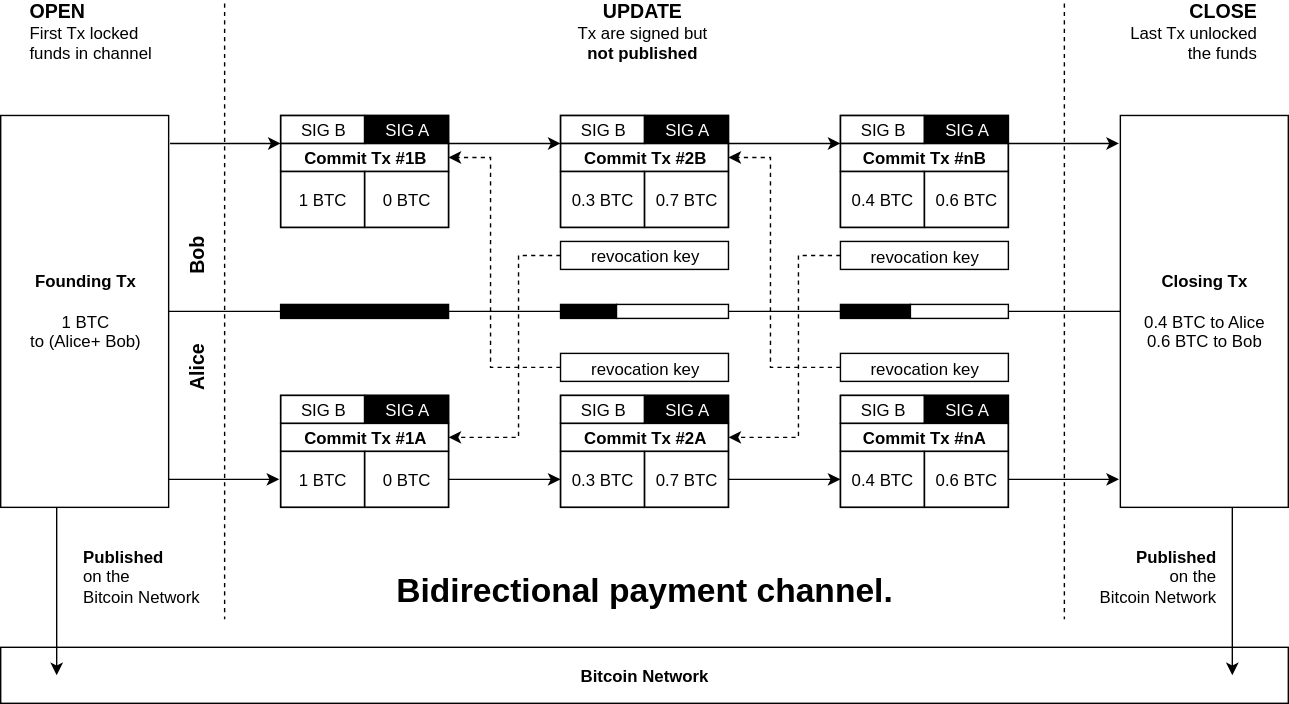
Earlier version of the draw.io export content/slides/2019-06-18-meetup-go-paris/bidirectional-channel.svg (edouardparis/edouardparis.github.io). Source tidied: cells renumbered, new cells last; positions are measured from the earlier drawing's top-left corner, leaving out a move shared by most shapes.
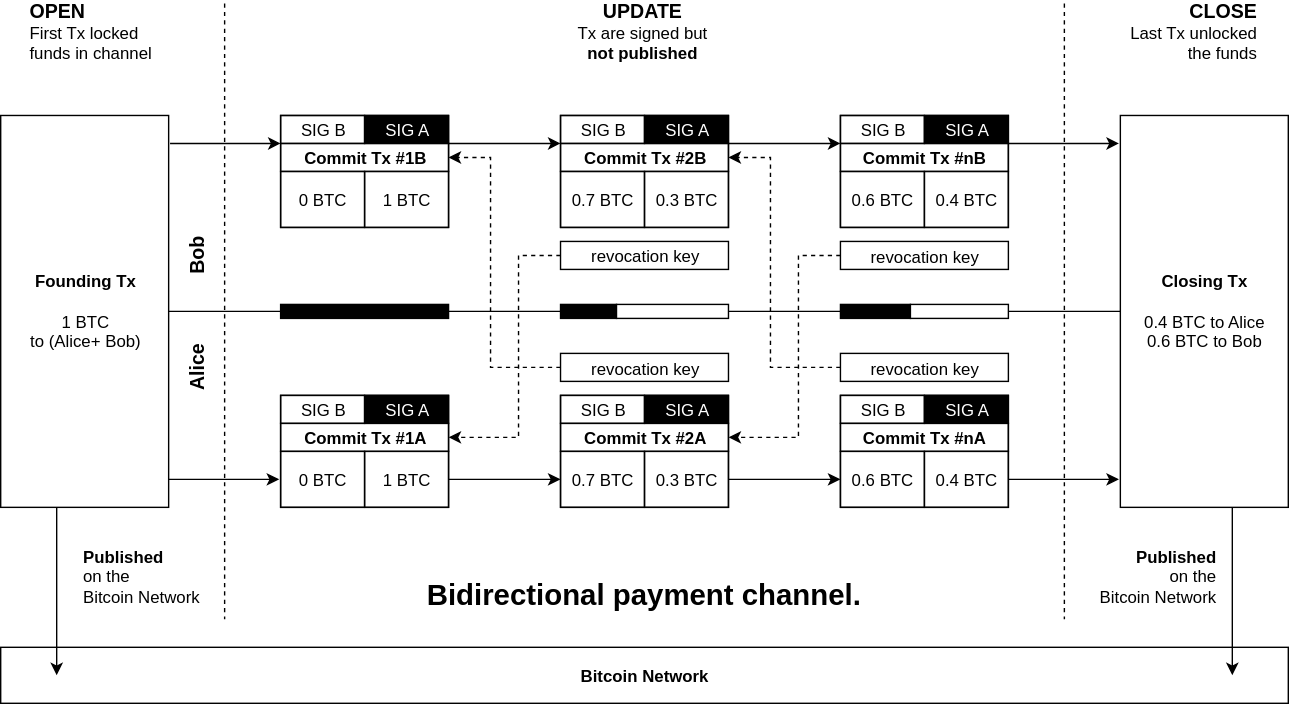
Later version of the same file.

Commit message:
fix bidirectional-channel svg

The edit, as a diff of the source:
```diff
@@ -261,55 +261,55 @@
     <mxCell id="63" style="group;" parent="1" vertex="1">
       <mxGeometry x="200" y="120" width="120" height="40" as="geometry" />
     </mxCell>
-    <mxCell id="64" value="1 BTC" style="rounded=0;whiteSpace=wrap;html=1;fillColor=none;gradientColor=#ffffff;fontSize=12;align=center;" parent="63" vertex="1">
+    <mxCell id="64" value="0 BTC" style="rounded=0;whiteSpace=wrap;html=1;fillColor=none;gradientColor=#ffffff;fontSize=12;align=center;" parent="63" vertex="1">
       <mxGeometry width="60" height="40" as="geometry" />
     </mxCell>
-    <mxCell id="65" value="0 BTC" style="rounded=0;whiteSpace=wrap;html=1;fillColor=none;gradientColor=#ffffff;fontSize=12;align=center;" parent="63" vertex="1">
+    <mxCell id="65" value="1 BTC" style="rounded=0;whiteSpace=wrap;html=1;fillColor=none;gradientColor=#ffffff;fontSize=12;align=center;" parent="63" vertex="1">
       <mxGeometry x="60" width="60" height="40" as="geometry" />
     </mxCell>
     <mxCell id="66" style="group;" parent="1" vertex="1">
       <mxGeometry x="400" y="120" width="120" height="40" as="geometry" />
     </mxCell>
-    <mxCell id="67" value="0.3 BTC" style="rounded=0;whiteSpace=wrap;html=1;fillColor=none;gradientColor=#ffffff;fontSize=12;align=center;" parent="66" vertex="1">
+    <mxCell id="67" value="0.7 BTC" style="rounded=0;whiteSpace=wrap;html=1;fillColor=none;gradientColor=#ffffff;fontSize=12;align=center;" parent="66" vertex="1">
       <mxGeometry width="60" height="40" as="geometry" />
     </mxCell>
-    <mxCell id="68" value="0.7 BTC" style="rounded=0;whiteSpace=wrap;html=1;fillColor=none;gradientColor=#ffffff;fontSize=12;align=center;" parent="66" vertex="1">
+    <mxCell id="68" value="0.3 BTC" style="rounded=0;whiteSpace=wrap;html=1;fillColor=none;gradientColor=#ffffff;fontSize=12;align=center;" parent="66" vertex="1">
       <mxGeometry x="60" width="60" height="40" as="geometry" />
     </mxCell>
     <mxCell id="69" style="group;" parent="1" vertex="1">
       <mxGeometry x="600" y="120" width="120" height="40" as="geometry" />
     </mxCell>
-    <mxCell id="70" value="0.4 BTC" style="rounded=0;whiteSpace=wrap;html=1;fillColor=none;gradientColor=#ffffff;fontSize=12;align=center;" parent="69" vertex="1">
+    <mxCell id="70" value="0.6 BTC" style="rounded=0;whiteSpace=wrap;html=1;fillColor=none;gradientColor=#ffffff;fontSize=12;align=center;" parent="69" vertex="1">
       <mxGeometry width="60" height="40" as="geometry" />
     </mxCell>
-    <mxCell id="71" value="0.6 BTC" style="rounded=0;whiteSpace=wrap;html=1;fillColor=none;gradientColor=#ffffff;fontSize=12;align=center;" parent="69" vertex="1">
+    <mxCell id="71" value="0.4 BTC" style="rounded=0;whiteSpace=wrap;html=1;fillColor=none;gradientColor=#ffffff;fontSize=12;align=center;" parent="69" vertex="1">
       <mxGeometry x="60" width="60" height="40" as="geometry" />
     </mxCell>
     <mxCell id="72" style="group;" parent="1" vertex="1">
       <mxGeometry x="600" y="320" width="120" height="40" as="geometry" />
     </mxCell>
-    <mxCell id="73" value="0.4 BTC" style="rounded=0;whiteSpace=wrap;html=1;fillColor=none;gradientColor=#ffffff;fontSize=12;align=center;" parent="72" vertex="1">
+    <mxCell id="73" value="0.6 BTC" style="rounded=0;whiteSpace=wrap;html=1;fillColor=none;gradientColor=#ffffff;fontSize=12;align=center;" parent="72" vertex="1">
       <mxGeometry width="60" height="40" as="geometry" />
     </mxCell>
-    <mxCell id="74" value="0.6 BTC" style="rounded=0;whiteSpace=wrap;html=1;fillColor=none;gradientColor=#ffffff;fontSize=12;align=center;" parent="72" vertex="1">
+    <mxCell id="74" value="0.4 BTC" style="rounded=0;whiteSpace=wrap;html=1;fillColor=none;gradientColor=#ffffff;fontSize=12;align=center;" parent="72" vertex="1">
       <mxGeometry x="60" width="60" height="40" as="geometry" />
     </mxCell>
     <mxCell id="75" style="group;" parent="1" vertex="1">
       <mxGeometry x="400" y="320" width="120" height="40" as="geometry" />
     </mxCell>
-    <mxCell id="76" value="0.3 BTC" style="rounded=0;whiteSpace=wrap;html=1;fillColor=none;gradientColor=#ffffff;fontSize=12;align=center;" parent="75" vertex="1">
+    <mxCell id="76" value="0.7 BTC" style="rounded=0;whiteSpace=wrap;html=1;fillColor=none;gradientColor=#ffffff;fontSize=12;align=center;" parent="75" vertex="1">
       <mxGeometry width="60" height="40" as="geometry" />
     </mxCell>
-    <mxCell id="77" value="0.7 BTC" style="rounded=0;whiteSpace=wrap;html=1;fillColor=none;gradientColor=#ffffff;fontSize=12;align=center;" parent="75" vertex="1">
+    <mxCell id="77" value="0.3 BTC" style="rounded=0;whiteSpace=wrap;html=1;fillColor=none;gradientColor=#ffffff;fontSize=12;align=center;" parent="75" vertex="1">
       <mxGeometry x="60" width="60" height="40" as="geometry" />
     </mxCell>
     <mxCell id="78" style="group;" parent="1" vertex="1">
       <mxGeometry x="200" y="320" width="120" height="40" as="geometry" />
     </mxCell>
-    <mxCell id="79" value="1 BTC" style="rounded=0;whiteSpace=wrap;html=1;fillColor=none;gradientColor=#ffffff;fontSize=12;align=center;" parent="78" vertex="1">
+    <mxCell id="79" value="0 BTC" style="rounded=0;whiteSpace=wrap;html=1;fillColor=none;gradientColor=#ffffff;fontSize=12;align=center;" parent="78" vertex="1">
       <mxGeometry width="60" height="40" as="geometry" />
     </mxCell>
-    <mxCell id="80" value="0 BTC" style="rounded=0;whiteSpace=wrap;html=1;fillColor=none;gradientColor=#ffffff;fontSize=12;align=center;" parent="78" vertex="1">
+    <mxCell id="80" value="1 BTC" style="rounded=0;whiteSpace=wrap;html=1;fillColor=none;gradientColor=#ffffff;fontSize=12;align=center;" parent="78" vertex="1">
       <mxGeometry x="60" width="60" height="40" as="geometry" />
     </mxCell>
     <mxCell id="81" style="rounded=0;whiteSpace=wrap;html=1;fillColor=#000000;gradientColor=none;fontSize=12;align=center;" parent="1" vertex="1">
@@ -342,8 +342,8 @@
     <mxCell id="90" style="endArrow=none;html=1;exitX=1;exitY=0.5;exitDx=0;exitDy=0;entryX=0;entryY=0.5;entryDx=0;entryDy=0;" parent="1" edge="1" source="83" target="89">
       <mxGeometry relative="1" as="geometry" />
     </mxCell>
-    <mxCell id="91" value="&lt;h1&gt;Bidirectional payment channel.&lt;br&gt;&lt;/h1&gt;&lt;p&gt;&lt;br&gt;&lt;/p&gt;" style="text;html=1;strokeColor=none;fillColor=none;spacing=5;spacingTop=-20;whiteSpace=wrap;overflow=hidden;rounded=0;fontSize=12;fontColor=#000000;align=center;" parent="1" vertex="1">
-      <mxGeometry x="200" y="400" width="520" height="40" as="geometry" />
+    <mxCell id="91" value="Bidirectional payment channel.&#10;&#10;&#10;" style="text;strokeColor=none;fillColor=none;spacing=5;spacingTop=-20;overflow=hidden;rounded=0;fontSize=21;fontColor=#000000;align=center;labelBorderColor=none;fontStyle=1;" parent="1" vertex="1">
+      <mxGeometry x="200" y="420" width="520" height="40" as="geometry" />
     </mxCell>
   </root>
 </mxGraphModel>
```
